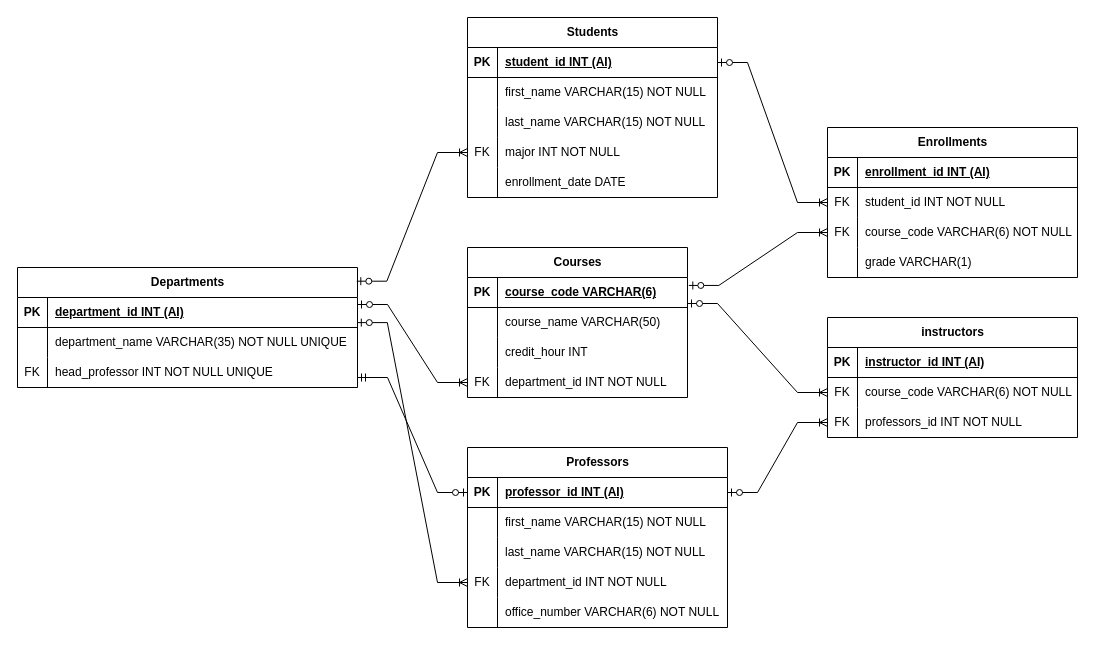
Before: graded-challenge_P1_W3.drawio in suryasaputra2016/YourFirstSite, a draw.io diagram. Source tidied: cells renumbered, new cells numbered last; positions are measured from the earlier drawing's top-left corner, leaving out a move shared by most shapes. Both pictures are drawn from the tidied source at 100%, with x=0, y=0 at pixel (17, 17).
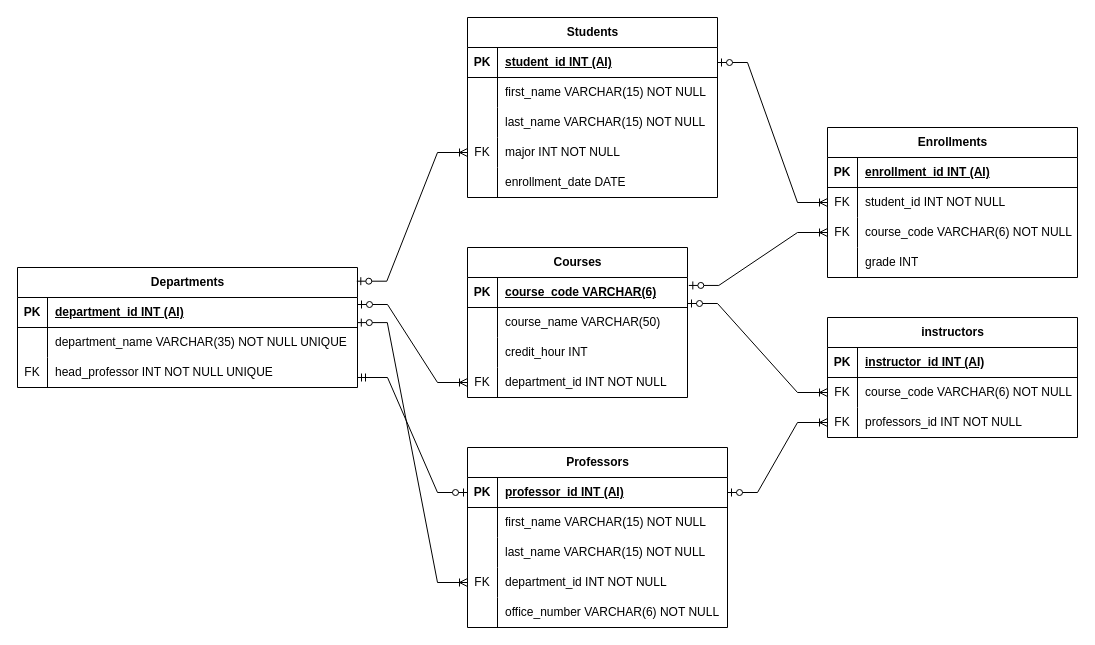
The same diagram, later.

Unchanged cells that the change refers to:
```xml
<mxCell id="57" style="shape=tableRow;horizontal=0;startSize=0;swimlaneHead=0;swimlaneBody=0;fillColor=none;top=0;left=0;right=0;bottom=0;" parent="47" vertex="1">
  <mxGeometry y="120" width="250" height="30" as="geometry" />
</mxCell>
```

What changed in the source:
```diff
@@
-    <mxCell id="59" value="grade VARCHAR(1)" style="shape=partialRectangle;fillColor=none;top=0;left=0;bottom=0;right=0;align=left;spacingLeft=6;overflow=hidden;whiteSpace=wrap;html=1;" parent="57" vertex="1">
+    <mxCell id="59" value="grade INT" style="shape=partialRectangle;fillColor=none;top=0;left=0;bottom=0;right=0;align=left;spacingLeft=6;overflow=hidden;whiteSpace=wrap;html=1;" parent="57" vertex="1">
       <mxGeometry x="30" width="220" height="30" as="geometry" />
     </mxCell>
```
